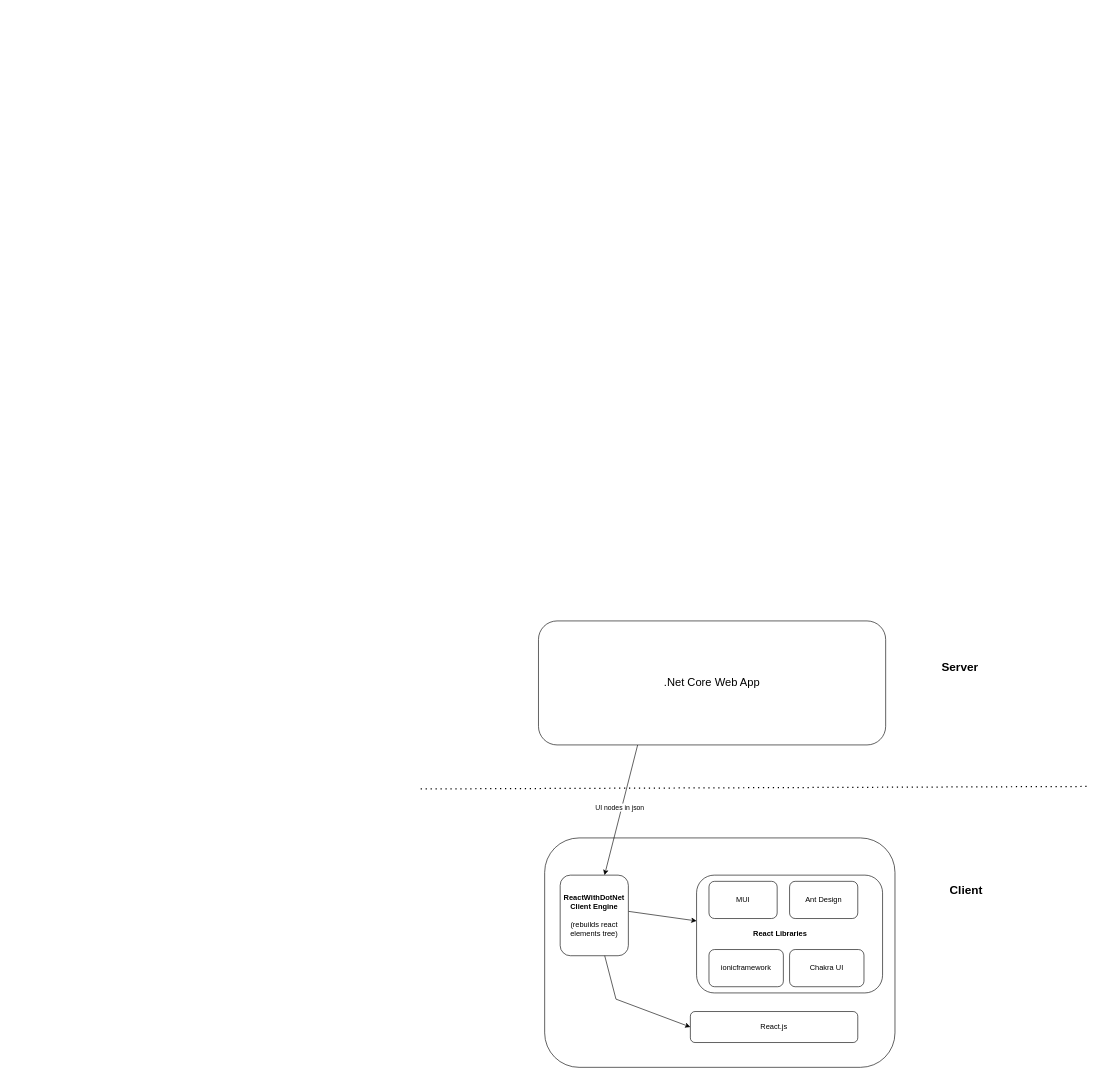
Earlier version of the draw.io diagram ReactWithDotNet.WebSite/wwwroot/assets/TechnicalDetail1.drawio (beyaz/ReactWithDotNet). Source tidied: cells renumbered, new cells numbered last; positions are measured from the earlier drawing's top-left corner, leaving out a move shared by most shapes. Both pictures are drawn from the tidied source at 62%, with x=0, y=0 at pixel (420, 621).
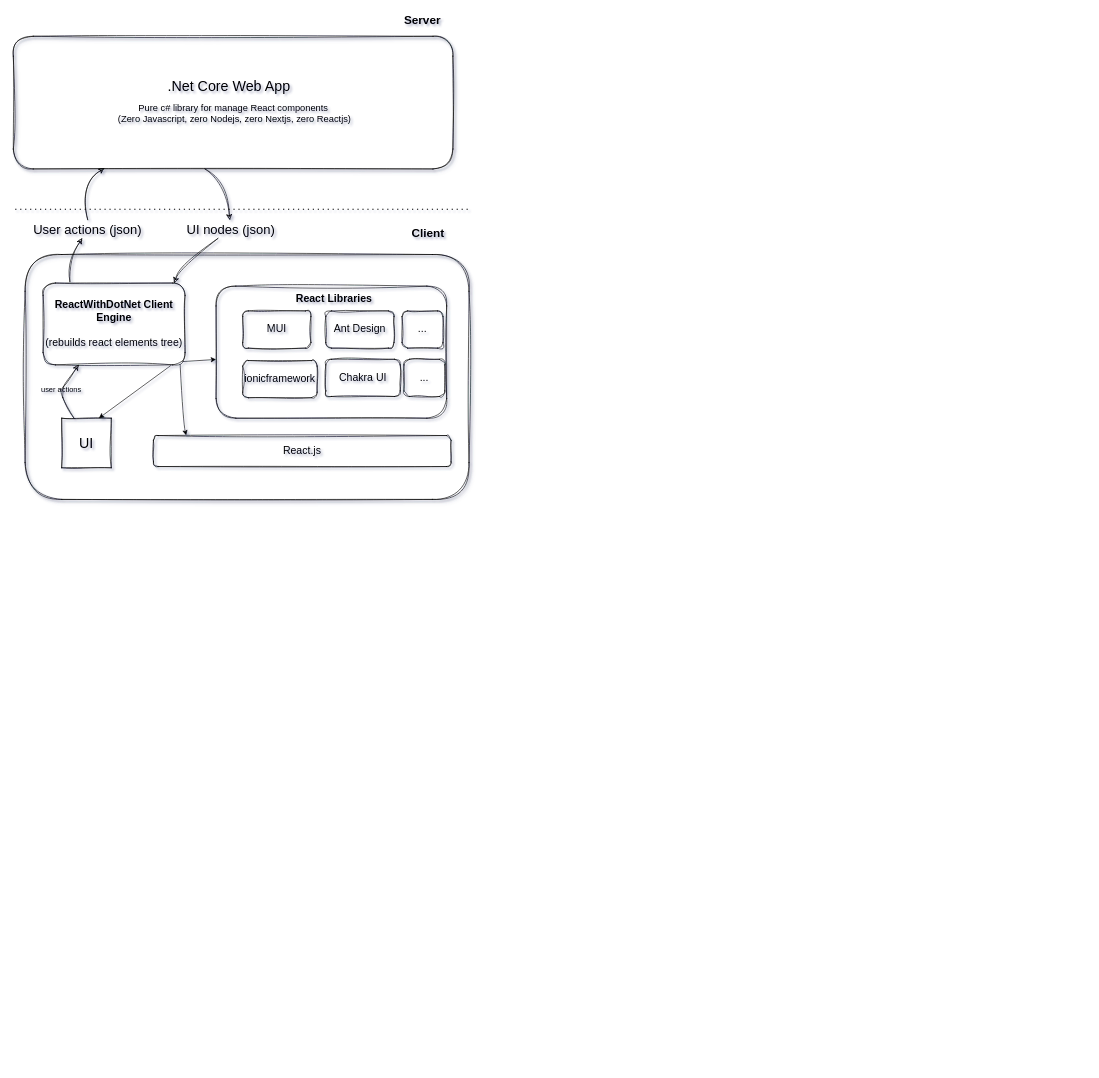
The same diagram, later.

Change to the diagram source:
```diff
@@
-<mxGraphModel>
+<mxGraphModel shadow="1">
@@
-    <mxCell id="2" style="rounded=1;whiteSpace=wrap;html=1;" parent="1" vertex="1">
-      <mxGeometry x="200" y="350" width="565" height="370" as="geometry" />
+    <mxCell id="2" style="rounded=1;whiteSpace=wrap;html=1;fillColor=none;sketch=1;curveFitting=1;jiggle=2;shadow=1;" parent="1" vertex="1">
+      <mxGeometry x="-638" y="-591" width="716" height="395" as="geometry" />
     </mxCell>
-    <mxCell id="3" value="React.js" style="rounded=1;whiteSpace=wrap;html=1;" parent="1" vertex="1">
-      <mxGeometry x="435" y="630" width="270" height="50" as="geometry" />
+    <mxCell id="3" value="React.js" style="rounded=1;whiteSpace=wrap;html=1;fontSize=17;fillColor=none;sketch=1;curveFitting=1;jiggle=2;" parent="1" vertex="1">
+      <mxGeometry x="-431" y="-299" width="480" height="50" as="geometry" />
     </mxCell>
-    <mxCell id="4" style="rounded=1;whiteSpace=wrap;html=1;" parent="1" vertex="1">
-      <mxGeometry x="445" y="410" width="300" height="190" as="geometry" />
+    <mxCell id="4" style="rounded=1;whiteSpace=wrap;html=1;fontSize=17;fillColor=none;sketch=1;curveFitting=1;jiggle=2;" parent="1" vertex="1">
+      <mxGeometry x="-330" y="-540" width="372" height="213" as="geometry" />
     </mxCell>
-    <mxCell id="5" value="MUI" style="rounded=1;whiteSpace=wrap;html=1;" parent="1" vertex="1">
-      <mxGeometry x="465" y="420" width="110" height="60" as="geometry" />
+    <mxCell id="5" value="MUI" style="rounded=1;whiteSpace=wrap;html=1;fontSize=17;fillColor=none;sketch=1;curveFitting=1;jiggle=2;" parent="1" vertex="1">
+      <mxGeometry x="-287" y="-500" width="110" height="60" as="geometry" />
     </mxCell>
-    <mxCell id="6" value="Ant Design" style="rounded=1;whiteSpace=wrap;html=1;" parent="1" vertex="1">
-      <mxGeometry x="595" y="420" width="110" height="60" as="geometry" />
+    <mxCell id="6" value="Ant Design" style="rounded=1;whiteSpace=wrap;html=1;fontSize=17;fillColor=none;sketch=1;curveFitting=1;jiggle=2;" parent="1" vertex="1">
+      <mxGeometry x="-153" y="-500" width="110" height="60" as="geometry" />
     </mxCell>
-    <mxCell id="7" value="React Libraries" style="text;html=1;align=center;verticalAlign=middle;whiteSpace=wrap;rounded=0;fontStyle=1;" parent="1" vertex="1">
-      <mxGeometry x="535" y="490" width="90" height="30" as="geometry" />
+    <mxCell id="7" value="React Libraries" style="text;align=center;verticalAlign=middle;rounded=0;fontStyle=1;fontSize=17;textShadow=0;whiteSpace=wrap;html=1;" parent="1" vertex="1">
+      <mxGeometry x="-208" y="-534" width="137" height="30" as="geometry" />
     </mxCell>
-    <mxCell id="8" value="ionicframework" style="rounded=1;whiteSpace=wrap;html=1;" parent="1" vertex="1">
-      <mxGeometry x="465" y="530" width="120" height="60" as="geometry" />
+    <mxCell id="8" value="ionicframework" style="rounded=1;whiteSpace=wrap;html=1;fontSize=17;fillColor=none;sketch=1;curveFitting=1;jiggle=2;" parent="1" vertex="1">
+      <mxGeometry x="-287" y="-420" width="120" height="60" as="geometry" />
     </mxCell>
-    <mxCell id="9" value="Chakra UI" style="rounded=1;whiteSpace=wrap;html=1;" parent="1" vertex="1">
-      <mxGeometry x="595" y="530" width="120" height="60" as="geometry" />
+    <mxCell id="9" value="Chakra UI" style="rounded=1;whiteSpace=wrap;html=1;fontSize=17;fillColor=none;sketch=1;curveFitting=1;jiggle=2;" parent="1" vertex="1">
+      <mxGeometry x="-153" y="-422" width="120" height="60" as="geometry" />
     </mxCell>
+    <mxCell id="11" style="endArrow=classic;html=1;rounded=0;curved=1;strokeWidth=1;strokeColor=#000000;labelBackgroundColor=none;sketch=1;curveFitting=1;jiggle=2;" parent="1" edge="1" target="23">
+      <mxGeometry relative="1" as="geometry">
+        <mxPoint x="-348" y="-729" as="sourcePoint" />
+        <Array as="points">
+          <mxPoint x="-315" y="-707" />
+        </Array>
+      </mxGeometry>
+    </mxCell>
-    <mxCell id="10" value="&lt;b&gt;ReactWithDotNet Client Engine&lt;/b&gt;&lt;div&gt;&lt;br&gt;&lt;div&gt;(rebuilds react elements tree)&lt;/div&gt;&lt;/div&gt;" style="rounded=1;whiteSpace=wrap;html=1;" parent="1" vertex="1">
-      <mxGeometry x="225" y="410" width="110" height="130" as="geometry" />
+    <mxCell id="10" value="&lt;b style=&quot;font-size: 17px;&quot;&gt;ReactWithDotNet Client Engine&lt;/b&gt;&lt;div style=&quot;font-size: 17px;&quot;&gt;&lt;br style=&quot;font-size: 17px;&quot;&gt;&lt;div style=&quot;font-size: 17px;&quot;&gt;(rebuilds react elements tree)&lt;/div&gt;&lt;/div&gt;" style="rounded=1;whiteSpace=wrap;html=1;fontSize=17;fillColor=none;sketch=1;curveFitting=1;jiggle=2;" parent="1" vertex="1">
+      <mxGeometry x="-609" y="-545" width="229" height="132" as="geometry" />
     </mxCell>
-    <mxCell id="11" style="endArrow=classic;html=1;rounded=0;" parent="1" edge="1" target="10">
-      <mxGeometry relative="1" as="geometry">
-        <mxPoint x="350" y="200" as="sourcePoint" />
-      </mxGeometry>
-    </mxCell>
-    <mxCell id="12" value="UI nodes in json" style="edgeLabel;html=1;align=center;verticalAlign=middle;" parent="11" vertex="1">
-      <mxGeometry x="-0.19" y="-4" relative="1" as="geometry">
-        <mxPoint x="-4" y="16" as="offset" />
-      </mxGeometry>
-    </mxCell>
-    <mxCell id="13" style="endArrow=classic;html=1;rounded=0;entryX=0;entryY=0.5;entryDx=0;entryDy=0;" parent="1" edge="1" source="10" target="3">
+    <mxCell id="13" style="endArrow=classic;html=1;rounded=0;entryX=0.11;entryY=-0.007;entryDx=0;entryDy=0;fontSize=17;curved=1;entryPerimeter=0;" parent="1" edge="1" target="3">
       <mxGeometry relative="1" as="geometry">
+        <mxPoint x="-388" y="-414" as="sourcePoint" />
         <Array as="points">
-          <mxPoint x="315" y="610" />
+          <mxPoint x="-383" y="-319" />
         </Array>
       </mxGeometry>
     </mxCell>
-    <mxCell id="14" style="endArrow=classic;html=1;rounded=0;exitX=1.005;exitY=0.45;exitDx=0;exitDy=0;exitPerimeter=0;" parent="1" edge="1" source="10" target="4">
+    <mxCell id="14" style="endArrow=classic;html=1;rounded=0;exitX=0.981;exitY=0.96;exitDx=0;exitDy=0;exitPerimeter=0;fontSize=17;" parent="1" edge="1" source="10" target="4">
       <mxGeometry relative="1" as="geometry" />
     </mxCell>
     <mxCell id="15" value="Server" style="text;html=1;align=center;verticalAlign=middle;whiteSpace=wrap;rounded=0;fontSize=19;fontStyle=1;" parent="1" vertex="1">
-      <mxGeometry x="840" y="60" width="60" height="30" as="geometry" />
+      <mxGeometry x="-27" y="-984" width="60" height="30" as="geometry" />
     </mxCell>
-    <mxCell id="16" value="&lt;font style=&quot;font-size: 18px;&quot;&gt;.Net Core Web App&lt;/font&gt;" style="rounded=1;whiteSpace=wrap;html=1;" parent="1" vertex="1">
-      <mxGeometry x="190" width="560" height="200" as="geometry" />
+    <mxCell id="16" style="rounded=1;whiteSpace=wrap;html=1;fillStyle=auto;fillColor=none;strokeColor=default;glass=0;sketch=1;curveFitting=1;jiggle=2;shadow=1;" parent="1" vertex="1">
+      <mxGeometry x="-657" y="-943" width="709" height="214" as="geometry" />
     </mxCell>
     <mxCell id="17" value="Client" style="text;html=1;align=center;verticalAlign=middle;whiteSpace=wrap;rounded=0;fontSize=19;fontStyle=1;" parent="1" vertex="1">
-      <mxGeometry x="850" y="420" width="60" height="30" as="geometry" />
+      <mxGeometry x="-18" y="-640" width="60" height="30" as="geometry" />
     </mxCell>
     <mxCell id="18" style="endArrow=none;dashed=1;html=1;dashPattern=1 3;strokeWidth=2;rounded=0;" parent="1" edge="1">
       <mxGeometry relative="1" as="geometry">
-        <mxPoint y="271" as="sourcePoint" />
-        <mxPoint x="1075" y="267" as="targetPoint" />
+        <mxPoint x="-654" y="-664" as="sourcePoint" />
+        <mxPoint x="81" y="-664" as="targetPoint" />
       </mxGeometry>
     </mxCell>
+    <mxCell id="19" value="&lt;font style=&quot;font-size: 23px;&quot;&gt;UI&lt;/font&gt;" style="whiteSpace=wrap;html=1;fillColor=none;gradientColor=none;sketch=1;curveFitting=1;jiggle=2;" parent="1" vertex="1">
+      <mxGeometry x="-579" y="-327" width="80" height="80" as="geometry" />
+    </mxCell>
+    <mxCell id="20" value="..." style="rounded=1;whiteSpace=wrap;html=1;fontSize=17;fillColor=none;sketch=1;curveFitting=1;jiggle=2;" parent="1" vertex="1">
+      <mxGeometry x="-27" y="-422" width="66" height="60" as="geometry" />
+    </mxCell>
+    <mxCell id="21" value="..." style="rounded=1;whiteSpace=wrap;html=1;fontSize=17;fillColor=none;sketch=1;curveFitting=1;jiggle=2;" parent="1" vertex="1">
+      <mxGeometry x="-30" y="-500" width="66" height="60" as="geometry" />
+    </mxCell>
+    <mxCell id="22" style="endArrow=classic;html=1;rounded=0;curved=1;strokeWidth=1;strokeColor=#000000;entryX=0.924;entryY=-0.001;entryDx=0;entryDy=0;sketch=1;curveFitting=1;jiggle=2;entryPerimeter=0;" parent="1" edge="1" source="23" target="10">
+      <mxGeometry relative="1" as="geometry">
+        <Array as="points">
+          <mxPoint x="-387" y="-574" />
+        </Array>
+      </mxGeometry>
+    </mxCell>
+    <mxCell id="23" value="UI nodes (json)" style="text;html=1;align=center;verticalAlign=middle;whiteSpace=wrap;rounded=0;fontSize=21;" parent="1" vertex="1">
+      <mxGeometry x="-426" y="-647" width="240" height="30" as="geometry" />
+    </mxCell>
+    <mxCell id="24" style="endArrow=classic;html=1;rounded=0;entryX=0.75;entryY=0;entryDx=0;entryDy=0;exitX=0.899;exitY=1.009;exitDx=0;exitDy=0;exitPerimeter=0;" parent="1" edge="1" source="10" target="19">
+      <mxGeometry relative="1" as="geometry" />
+    </mxCell>
+    <mxCell id="25" value="user actions" style="endArrow=classic;html=1;rounded=1;entryX=0.25;entryY=1;entryDx=0;entryDy=0;exitX=0.25;exitY=0;exitDx=0;exitDy=0;labelBackgroundColor=none;fontSize=12;sketch=1;curveFitting=1;jiggle=2;flowAnimation=0;curved=0;" parent="1" edge="1" source="19" target="10">
+      <mxGeometry relative="1" as="geometry">
+        <Array as="points">
+          <mxPoint x="-582" y="-369" />
+        </Array>
+      </mxGeometry>
+    </mxCell>
+    <mxCell id="26" style="endArrow=classic;html=1;rounded=0;exitX=0.189;exitY=-0.015;exitDx=0;exitDy=0;exitPerimeter=0;sketch=1;curveFitting=1;jiggle=2;curved=1;" parent="1" edge="1" source="10" target="27">
+      <mxGeometry relative="1" as="geometry">
+        <Array as="points">
+          <mxPoint x="-568" y="-581" />
+        </Array>
+      </mxGeometry>
+    </mxCell>
+    <mxCell id="27" value="User actions (json)" style="text;html=1;align=center;verticalAlign=middle;whiteSpace=wrap;rounded=0;fontSize=21;" parent="1" vertex="1">
+      <mxGeometry x="-657" y="-647" width="240" height="30" as="geometry" />
+    </mxCell>
+    <mxCell id="28" value="&lt;font style=&quot;font-size: 15px;&quot;&gt;Pure c# library for manage React components&lt;/font&gt;&lt;div style=&quot;font-size: 15px;&quot;&gt;&lt;font style=&quot;font-size: 15px;&quot;&gt;&amp;nbsp;(Zero Javascript, zero Nodejs, zero Nextjs, zero Reactjs)&lt;/font&gt;&lt;/div&gt;" style="text;html=1;align=center;verticalAlign=middle;whiteSpace=wrap;rounded=0;strokeWidth=1;textShadow=0;fontColor=default;" parent="1" vertex="1">
+      <mxGeometry x="-501.5" y="-834" width="398" height="30" as="geometry" />
+    </mxCell>
+    <mxCell id="29" value="&lt;span style=&quot;font-size: 23px;&quot;&gt;.Net Core Web App&lt;/span&gt;" style="text;html=1;align=center;verticalAlign=middle;whiteSpace=wrap;rounded=0;" parent="1" vertex="1">
+      <mxGeometry x="-431" y="-877" width="244" height="30" as="geometry" />
+    </mxCell>
+    <mxCell id="30" style="endArrow=classic;html=1;rounded=0;entryX=0.207;entryY=0.995;entryDx=0;entryDy=0;exitX=0.5;exitY=0;exitDx=0;exitDy=0;curved=1;sketch=1;curveFitting=1;jiggle=2;entryPerimeter=0;" parent="1" edge="1" source="27" target="16">
+      <mxGeometry relative="1" as="geometry">
+        <Array as="points">
+          <mxPoint x="-547" y="-706" />
+        </Array>
+      </mxGeometry>
+    </mxCell>
```
